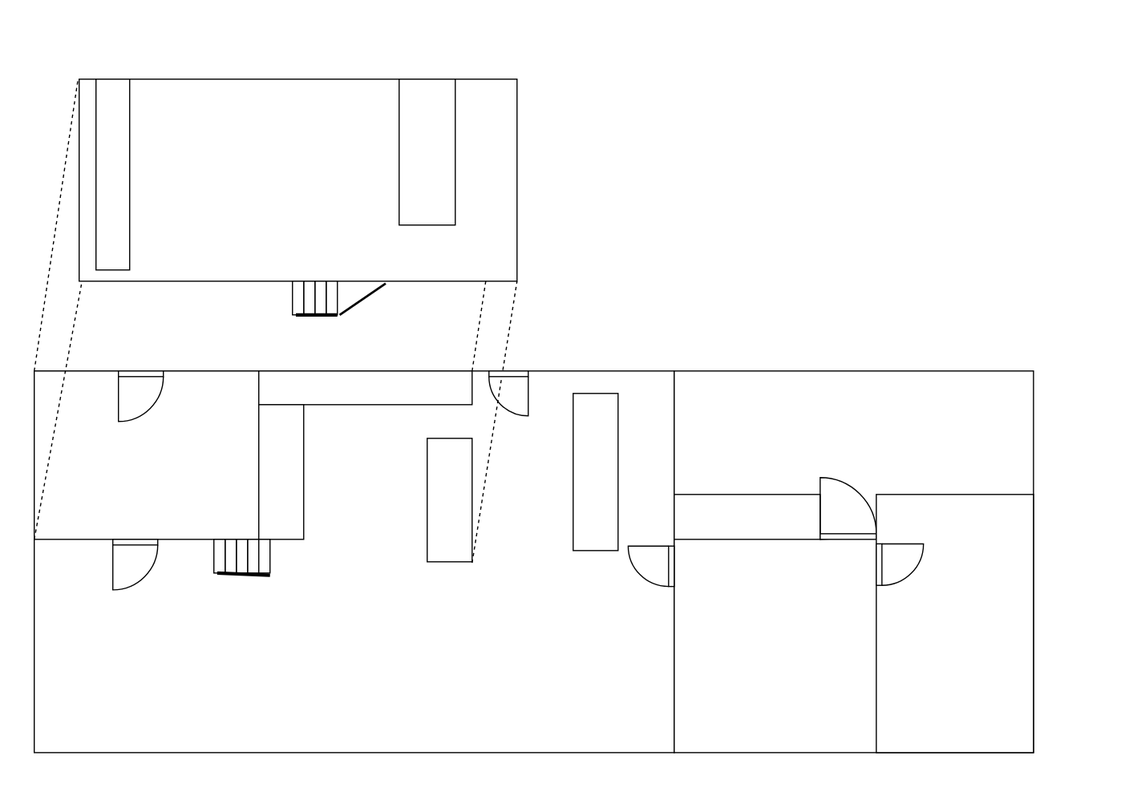
This is config/rzl/assets/layers/rooms.svg from uwap/mqtt-control-map, a draw.io export, as it was before one commit. Source tidied: cells renumbered, new cells last; positions are measured from the earlier drawing's top-left corner, leaving out a move shared by most shapes.
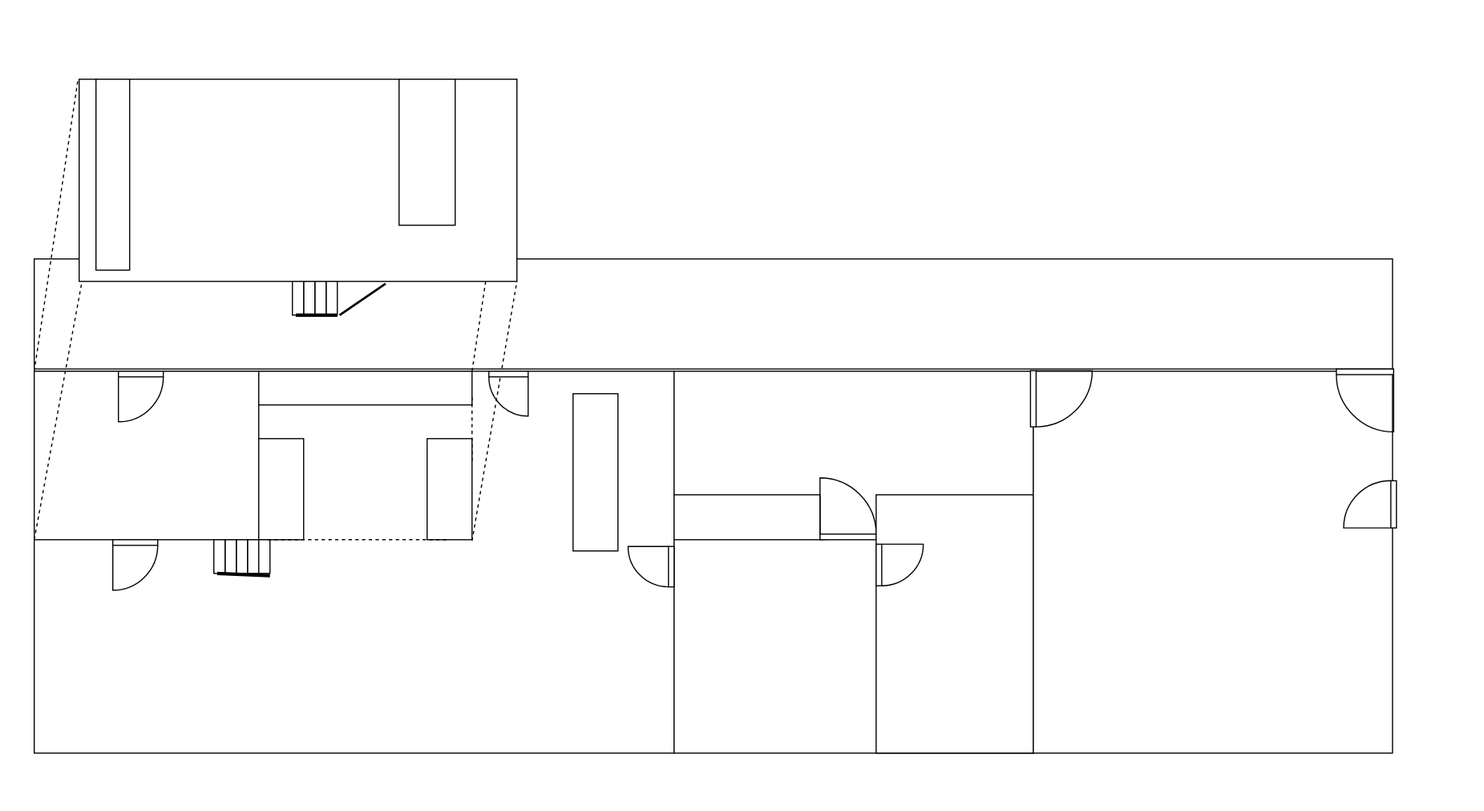
Above is the later version.

Change to the diagram source:
```diff
@@ -14,7 +14,16 @@
         <mxPoint x="1000" y="700" as="targetPoint" />
       </mxGeometry>
     </mxCell>
+    <mxCell id="40" style="endArrow=none;html=1;" parent="1" edge="1">
+      <mxGeometry relative="1" as="geometry">
+        <mxPoint x="1320" y="720" as="sourcePoint" />
+        <mxPoint x="1320" y="720" as="targetPoint" />
+      </mxGeometry>
+    </mxCell>
     <mxCell id="4" value="Rooms" parent="0" />
+    <mxCell id="41" style="rounded=0;whiteSpace=wrap;html=1;" parent="4" vertex="1">
+      <mxGeometry x="30" y="230" width="1210" height="98" as="geometry" />
+    </mxCell>
     <mxCell id="5" style="endArrow=none;dashed=1;html=1;entryX=0.997;entryY=0.017;entryPerimeter=0;" parent="4" edge="1" target="12">
       <mxGeometry relative="1" as="geometry">
         <mxPoint x="420" y="330" as="sourcePoint" />
@@ -30,10 +39,10 @@
       <mxGeometry x="230" y="330" width="190" height="30" as="geometry" />
     </mxCell>
     <mxCell id="9" style="rounded=0;whiteSpace=wrap;html=1;" parent="4" vertex="1">
-      <mxGeometry x="230" y="360" width="40" height="120" as="geometry" />
+      <mxGeometry x="230" y="390" width="40" height="90" as="geometry" />
     </mxCell>
     <mxCell id="10" style="rounded=0;whiteSpace=wrap;html=1;" parent="4" vertex="1">
-      <mxGeometry x="380" y="390" width="40" height="110" as="geometry" />
+      <mxGeometry x="380" y="390" width="40" height="90" as="geometry" />
     </mxCell>
     <mxCell id="11" style="rounded=0;whiteSpace=wrap;html=1;" parent="4" vertex="1">
       <mxGeometry x="510" y="350" width="40" height="140" as="geometry" />
@@ -130,5 +139,25 @@
     <mxCell id="39" style="rounded=0;whiteSpace=wrap;html=1;strokeWidth=1;fillColor=#ffffff;" parent="4" vertex="1">
       <mxGeometry x="230" y="480" width="10" height="30" as="geometry" />
     </mxCell>
+    <mxCell id="42" style="rounded=0;whiteSpace=wrap;html=1;" parent="4" vertex="1">
+      <mxGeometry x="920" y="330" width="320" height="340" as="geometry" />
+    </mxCell>
+    <mxCell id="43" style="verticalLabelPosition=bottom;html=1;verticalAlign=top;align=center;shape=mxgraph.floorplan.doorRight;rotation=-90;" parent="4" vertex="1">
+      <mxGeometry x="919" y="328" width="50" height="53" as="geometry" />
+    </mxCell>
+    <mxCell id="44" style="verticalLabelPosition=bottom;html=1;verticalAlign=top;align=center;shape=mxgraph.floorplan.doorRight;" parent="4" vertex="1">
+      <mxGeometry x="1190" y="328" width="51" height="54" as="geometry" />
+    </mxCell>
+    <mxCell id="45" style="verticalLabelPosition=bottom;html=1;verticalAlign=top;align=center;shape=mxgraph.floorplan.doorRight;rotation=90;" parent="4" vertex="1">
+      <mxGeometry x="1200" y="426" width="42" height="45" as="geometry" />
+    </mxCell>
+    <mxCell id="46" style="endArrow=none;dashed=1;html=1;exitX=0.75;exitY=0;entryX=0.5;entryY=1;" parent="4" edge="1" source="39" target="10">
+      <mxGeometry relative="1" as="geometry" />
+    </mxCell>
+    <mxCell id="47" style="endArrow=none;dashed=1;html=1;entryX=1;entryY=0.75;" parent="4" edge="1" target="8">
+      <mxGeometry relative="1" as="geometry">
+        <mxPoint x="420" y="410" as="sourcePoint" />
+      </mxGeometry>
+    </mxCell>
   </root>
 </mxGraphModel>
```
